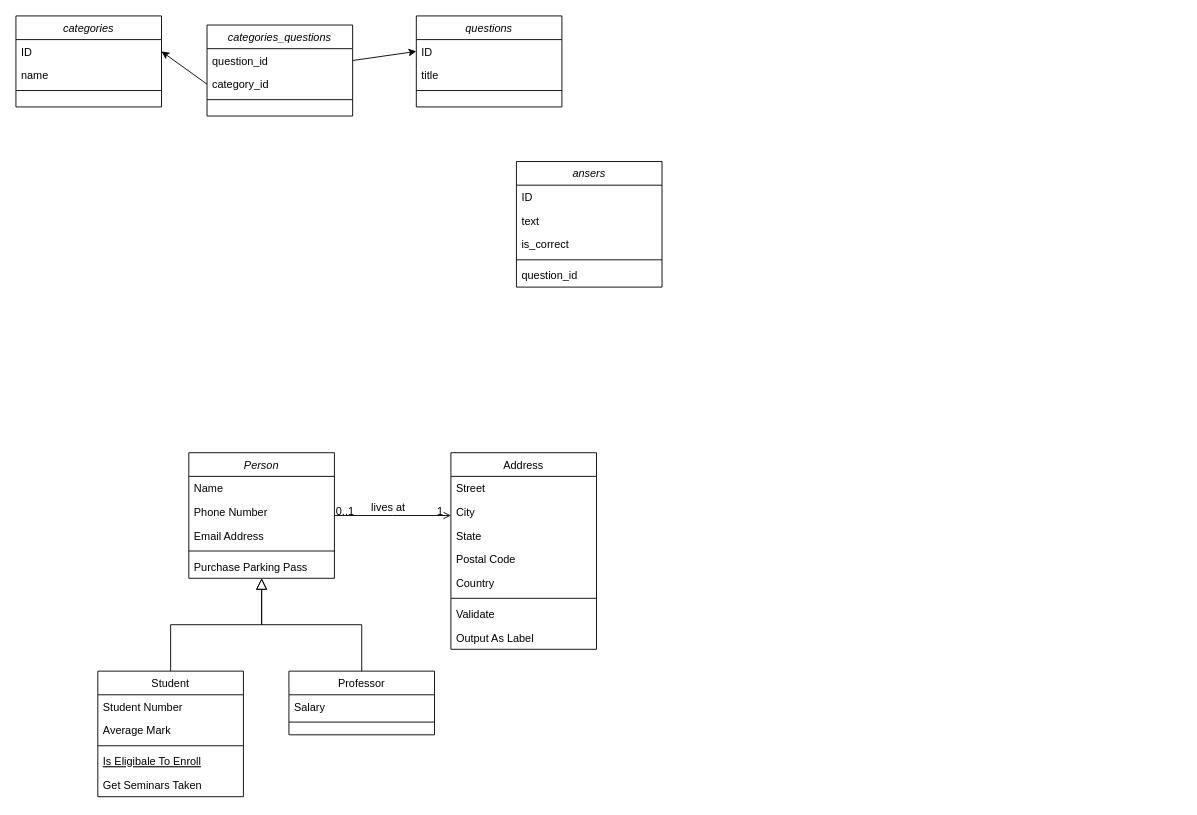
Above: Untitled Diagram.drawio in marina-bozic/s3-terraform (draw.io), before the change. Source tidied: cells renumbered, new cells numbered last; positions are measured from the earlier drawing's top-left corner, leaving out a move shared by most shapes. Both pictures are drawn from the tidied source at 91%, with x=0, y=0 at pixel (15, 15).
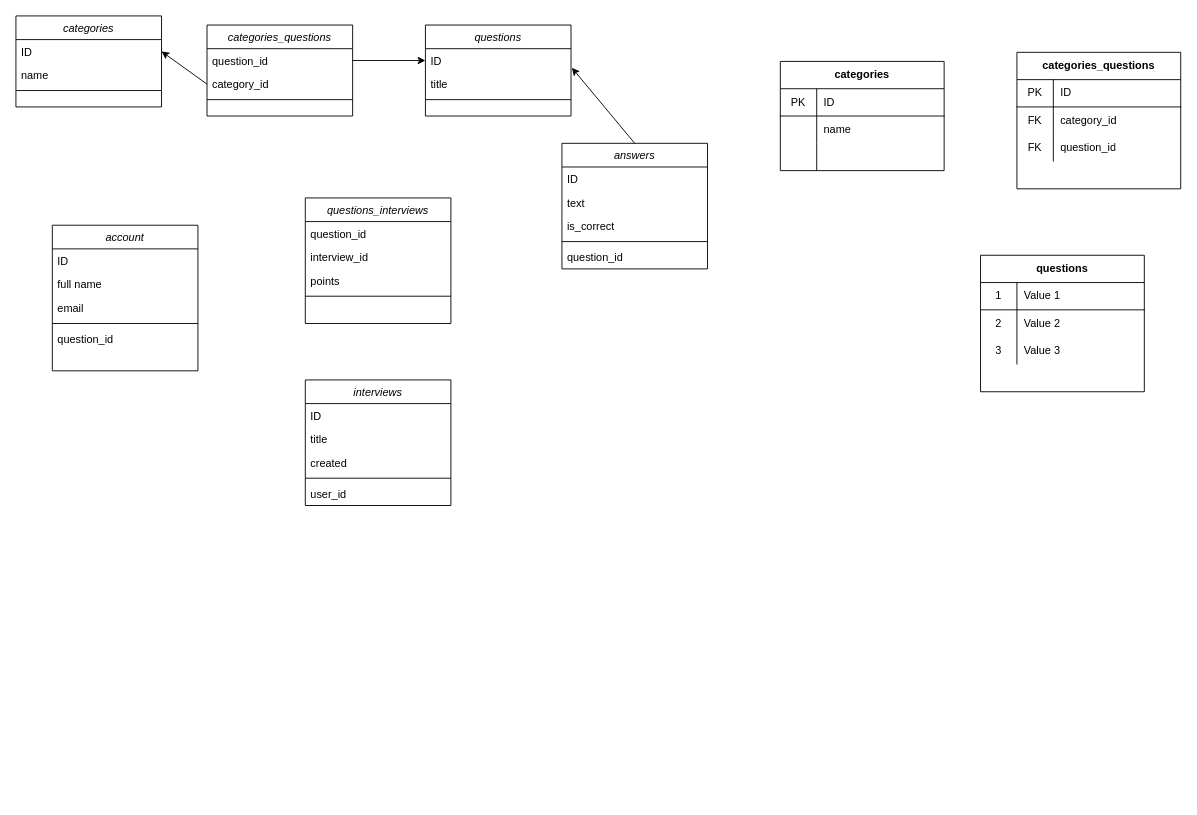
After the change.

The change refers to these unchanged cells:
```xml
<mxCell id="38" value="title" style="text;align=left;verticalAlign=top;spacingLeft=4;spacingRight=4;overflow=hidden;points=[[0,0.5],[1,0.5]];portConstraint=eastwest;rounded=0;shadow=0;html=0;" parent="36" vertex="1">
  <mxGeometry y="52" width="160" height="26" as="geometry" />
</mxCell>
```

Diff of the diagram source:
```diff
@@
-    <mxCell id="2" value="Person" style="swimlane;fontStyle=2;align=center;verticalAlign=top;horizontal=1;startSize=26;rounded=0;shadow=0;strokeWidth=1;" parent="1" vertex="1">
-      <mxGeometry x="190" y="480" width="160" height="138" as="geometry" />
-    </mxCell>
-    <mxCell id="3" value="Name" style="text;align=left;verticalAlign=top;spacingLeft=4;spacingRight=4;overflow=hidden;" parent="2" vertex="1">
-      <mxGeometry y="26" width="160" height="26" as="geometry" />
-    </mxCell>
-    <mxCell id="4" value="Phone Number" style="text;align=left;verticalAlign=top;spacingLeft=4;spacingRight=4;overflow=hidden;rounded=0;shadow=0;html=0;" parent="2" vertex="1">
-      <mxGeometry y="52" width="160" height="26" as="geometry" />
-    </mxCell>
-    <mxCell id="5" value="Email Address" style="text;align=left;verticalAlign=top;spacingLeft=4;spacingRight=4;overflow=hidden;rounded=0;shadow=0;html=0;" parent="2" vertex="1">
-      <mxGeometry y="78" width="160" height="26" as="geometry" />
-    </mxCell>
-    <mxCell id="6" style="line;html=1;strokeWidth=1;align=left;verticalAlign=middle;spacingTop=-1;spacingLeft=3;spacingRight=3;labelPosition=right;" parent="2" vertex="1">
-      <mxGeometry y="104" width="160" height="8" as="geometry" />
-    </mxCell>
-    <mxCell id="7" value="Purchase Parking Pass" style="text;align=left;verticalAlign=top;spacingLeft=4;spacingRight=4;overflow=hidden;" parent="2" vertex="1">
-      <mxGeometry y="112" width="160" height="26" as="geometry" />
-    </mxCell>
-    <mxCell id="8" value="Student" style="swimlane;fontStyle=0;align=center;verticalAlign=top;horizontal=1;startSize=26;rounded=0;shadow=0;strokeWidth=1;" parent="1" vertex="1">
-      <mxGeometry x="90" y="720" width="160" height="138" as="geometry" />
-    </mxCell>
-    <mxCell id="9" value="Student Number" style="text;align=left;verticalAlign=top;spacingLeft=4;spacingRight=4;overflow=hidden;" parent="8" vertex="1">
-      <mxGeometry y="26" width="160" height="26" as="geometry" />
-    </mxCell>
-    <mxCell id="10" value="Average Mark" style="text;align=left;verticalAlign=top;spacingLeft=4;spacingRight=4;overflow=hidden;rounded=0;shadow=0;html=0;" parent="8" vertex="1">
-      <mxGeometry y="52" width="160" height="26" as="geometry" />
-    </mxCell>
-    <mxCell id="11" style="line;html=1;strokeWidth=1;align=left;verticalAlign=middle;spacingTop=-1;spacingLeft=3;spacingRight=3;labelPosition=right;" parent="8" vertex="1">
-      <mxGeometry y="78" width="160" height="8" as="geometry" />
-    </mxCell>
-    <mxCell id="12" value="Is Eligibale To Enroll" style="text;align=left;verticalAlign=top;spacingLeft=4;spacingRight=4;overflow=hidden;fontStyle=4;" parent="8" vertex="1">
-      <mxGeometry y="86" width="160" height="26" as="geometry" />
-    </mxCell>
-    <mxCell id="13" value="Get Seminars Taken" style="text;align=left;verticalAlign=top;spacingLeft=4;spacingRight=4;overflow=hidden;" parent="8" vertex="1">
-      <mxGeometry y="112" width="160" height="26" as="geometry" />
-    </mxCell>
-    <mxCell id="14" style="endArrow=block;endSize=10;endFill=0;shadow=0;strokeWidth=1;rounded=0;edgeStyle=elbowEdgeStyle;elbow=vertical;" parent="1" edge="1" source="8" target="2">
-      <mxGeometry relative="1" as="geometry" />
-    </mxCell>
-    <mxCell id="15" value="Professor" style="swimlane;fontStyle=0;align=center;verticalAlign=top;horizontal=1;startSize=26;rounded=0;shadow=0;strokeWidth=1;" parent="1" vertex="1">
-      <mxGeometry x="300" y="720" width="160" height="70" as="geometry" />
-    </mxCell>
-    <mxCell id="16" value="Salary" style="text;align=left;verticalAlign=top;spacingLeft=4;spacingRight=4;overflow=hidden;" parent="15" vertex="1">
-      <mxGeometry y="26" width="160" height="26" as="geometry" />
-    </mxCell>
-    <mxCell id="17" style="line;html=1;strokeWidth=1;align=left;verticalAlign=middle;spacingTop=-1;spacingLeft=3;spacingRight=3;labelPosition=right;" parent="15" vertex="1">
-      <mxGeometry y="52" width="160" height="8" as="geometry" />
-    </mxCell>
-    <mxCell id="18" style="endArrow=block;endSize=10;endFill=0;shadow=0;strokeWidth=1;rounded=0;edgeStyle=elbowEdgeStyle;elbow=vertical;" parent="1" edge="1" source="15" target="2">
-      <mxGeometry relative="1" as="geometry" />
-    </mxCell>
-    <mxCell id="19" value="Address" style="swimlane;fontStyle=0;align=center;verticalAlign=top;horizontal=1;startSize=26;rounded=0;shadow=0;strokeWidth=1;" parent="1" vertex="1">
-      <mxGeometry x="478" y="480" width="160" height="216" as="geometry" />
-    </mxCell>
-    <mxCell id="20" value="Street" style="text;align=left;verticalAlign=top;spacingLeft=4;spacingRight=4;overflow=hidden;" parent="19" vertex="1">
-      <mxGeometry y="26" width="160" height="26" as="geometry" />
-    </mxCell>
-    <mxCell id="21" value="City" style="text;align=left;verticalAlign=top;spacingLeft=4;spacingRight=4;overflow=hidden;rounded=0;shadow=0;html=0;" parent="19" vertex="1">
-      <mxGeometry y="52" width="160" height="26" as="geometry" />
-    </mxCell>
-    <mxCell id="22" value="State" style="text;align=left;verticalAlign=top;spacingLeft=4;spacingRight=4;overflow=hidden;rounded=0;shadow=0;html=0;" parent="19" vertex="1">
-      <mxGeometry y="78" width="160" height="26" as="geometry" />
-    </mxCell>
-    <mxCell id="23" value="Postal Code" style="text;align=left;verticalAlign=top;spacingLeft=4;spacingRight=4;overflow=hidden;rounded=0;shadow=0;html=0;" parent="19" vertex="1">
-      <mxGeometry y="104" width="160" height="26" as="geometry" />
-    </mxCell>
-    <mxCell id="24" value="Country" style="text;align=left;verticalAlign=top;spacingLeft=4;spacingRight=4;overflow=hidden;rounded=0;shadow=0;html=0;" parent="19" vertex="1">
-      <mxGeometry y="130" width="160" height="26" as="geometry" />
-    </mxCell>
-    <mxCell id="25" style="line;html=1;strokeWidth=1;align=left;verticalAlign=middle;spacingTop=-1;spacingLeft=3;spacingRight=3;labelPosition=right;" parent="19" vertex="1">
-      <mxGeometry y="156" width="160" height="8" as="geometry" />
-    </mxCell>
-    <mxCell id="26" value="Validate" style="text;align=left;verticalAlign=top;spacingLeft=4;spacingRight=4;overflow=hidden;" parent="19" vertex="1">
-      <mxGeometry y="164" width="160" height="26" as="geometry" />
-    </mxCell>
-    <mxCell id="27" value="Output As Label" style="text;align=left;verticalAlign=top;spacingLeft=4;spacingRight=4;overflow=hidden;" parent="19" vertex="1">
-      <mxGeometry y="190" width="160" height="26" as="geometry" />
-    </mxCell>
-    <mxCell id="28" style="endArrow=open;shadow=0;strokeWidth=1;rounded=0;endFill=1;edgeStyle=elbowEdgeStyle;elbow=vertical;" parent="1" edge="1" source="2" target="19">
-      <mxGeometry x="0.5" y="41" relative="1" as="geometry">
-        <mxPoint x="-40" y="32" as="offset" />
-      </mxGeometry>
-    </mxCell>
-    <mxCell id="29" value="0..1" style="align=left;verticalAlign=bottom;labelBackgroundColor=none;fontSize=12;" parent="28" vertex="1">
-      <mxGeometry x="-1" relative="1" as="geometry">
-        <mxPoint y="4" as="offset" />
-      </mxGeometry>
-    </mxCell>
-    <mxCell id="30" value="1" style="align=right;verticalAlign=bottom;labelBackgroundColor=none;fontSize=12;" parent="28" vertex="1">
-      <mxGeometry x="1" relative="1" as="geometry">
-        <mxPoint x="-7" y="4" as="offset" />
-      </mxGeometry>
-    </mxCell>
-    <mxCell id="31" value="lives at" style="text;html=1;align=center;verticalAlign=middle;labelBackgroundColor=none;rounded=0;shadow=0;strokeWidth=1;fontSize=12;" parent="28" vertex="1">
-      <mxGeometry x="0.5" y="49" relative="1" as="geometry">
-        <mxPoint x="-38" y="40" as="offset" />
-      </mxGeometry>
-    </mxCell>
@@
     <mxCell id="36" value="questions" style="swimlane;fontStyle=2;align=center;verticalAlign=top;horizontal=1;startSize=26;rounded=0;shadow=0;strokeWidth=1;" parent="1" vertex="1">
-      <mxGeometry x="440" width="160" height="100" as="geometry" />
+      <mxGeometry x="450" y="10" width="160" height="100" as="geometry" />
     </mxCell>
@@
-    <mxCell id="46" value="ansers" style="swimlane;fontStyle=2;align=center;verticalAlign=top;horizontal=1;startSize=26;rounded=0;shadow=0;strokeWidth=1;" parent="1" vertex="1">
-      <mxGeometry x="550" y="160" width="160" height="138" as="geometry" />
+    <mxCell id="46" value="answers" style="swimlane;fontStyle=2;align=center;verticalAlign=top;horizontal=1;startSize=26;rounded=0;shadow=0;strokeWidth=1;" parent="1" vertex="1">
+      <mxGeometry x="600" y="140" width="160" height="138" as="geometry" />
     </mxCell>
@@
+    <mxCell id="52" style="endArrow=classic;html=1;exitX=0.5;exitY=0;exitDx=0;exitDy=0;entryX=1.006;entryY=-0.192;entryDx=0;entryDy=0;entryPerimeter=0;" parent="1" edge="1" source="46" target="38">
+      <mxGeometry relative="1" as="geometry" />
+    </mxCell>
+    <mxCell id="53" value="questions_interviews" style="swimlane;fontStyle=2;align=center;verticalAlign=top;horizontal=1;startSize=26;rounded=0;shadow=0;strokeWidth=1;" parent="1" vertex="1">
+      <mxGeometry x="318" y="200" width="160" height="138" as="geometry" />
+    </mxCell>
+    <mxCell id="54" value="question_id" style="text;align=left;verticalAlign=top;spacingLeft=4;spacingRight=4;overflow=hidden;" parent="53" vertex="1">
+      <mxGeometry y="26" width="160" height="26" as="geometry" />
+    </mxCell>
+    <mxCell id="55" value="interview_id" style="text;align=left;verticalAlign=top;spacingLeft=4;spacingRight=4;overflow=hidden;rounded=0;shadow=0;html=0;" parent="53" vertex="1">
+      <mxGeometry y="52" width="160" height="26" as="geometry" />
+    </mxCell>
+    <mxCell id="56" value="points" style="text;align=left;verticalAlign=top;spacingLeft=4;spacingRight=4;overflow=hidden;rounded=0;shadow=0;html=0;" parent="53" vertex="1">
+      <mxGeometry y="78" width="160" height="26" as="geometry" />
+    </mxCell>
+    <mxCell id="57" style="line;html=1;strokeWidth=1;align=left;verticalAlign=middle;spacingTop=-1;spacingLeft=3;spacingRight=3;labelPosition=right;" parent="53" vertex="1">
+      <mxGeometry y="104" width="160" height="8" as="geometry" />
+    </mxCell>
+    <mxCell id="58" value="interviews" style="swimlane;fontStyle=2;align=center;verticalAlign=top;horizontal=1;startSize=26;rounded=0;shadow=0;strokeWidth=1;" parent="1" vertex="1">
+      <mxGeometry x="318" y="400" width="160" height="138" as="geometry" />
+    </mxCell>
+    <mxCell id="59" value="ID" style="text;align=left;verticalAlign=top;spacingLeft=4;spacingRight=4;overflow=hidden;" parent="58" vertex="1">
+      <mxGeometry y="26" width="160" height="26" as="geometry" />
+    </mxCell>
+    <mxCell id="60" value="title" style="text;align=left;verticalAlign=top;spacingLeft=4;spacingRight=4;overflow=hidden;rounded=0;shadow=0;html=0;" parent="58" vertex="1">
+      <mxGeometry y="52" width="160" height="26" as="geometry" />
+    </mxCell>
+    <mxCell id="61" value="created" style="text;align=left;verticalAlign=top;spacingLeft=4;spacingRight=4;overflow=hidden;rounded=0;shadow=0;html=0;" parent="58" vertex="1">
+      <mxGeometry y="78" width="160" height="26" as="geometry" />
+    </mxCell>
+    <mxCell id="62" style="line;html=1;strokeWidth=1;align=left;verticalAlign=middle;spacingTop=-1;spacingLeft=3;spacingRight=3;labelPosition=right;" parent="58" vertex="1">
+      <mxGeometry y="104" width="160" height="8" as="geometry" />
+    </mxCell>
+    <mxCell id="63" value="user_id" style="text;align=left;verticalAlign=top;spacingLeft=4;spacingRight=4;overflow=hidden;" parent="58" vertex="1">
+      <mxGeometry y="112" width="160" height="26" as="geometry" />
+    </mxCell>
+    <mxCell id="64" value="account" style="swimlane;fontStyle=2;align=center;verticalAlign=top;horizontal=1;startSize=26;rounded=0;shadow=0;strokeWidth=1;" parent="1" vertex="1">
+      <mxGeometry x="40" y="230" width="160" height="160" as="geometry" />
+    </mxCell>
+    <mxCell id="65" value="ID" style="text;align=left;verticalAlign=top;spacingLeft=4;spacingRight=4;overflow=hidden;" parent="64" vertex="1">
+      <mxGeometry y="26" width="160" height="26" as="geometry" />
+    </mxCell>
+    <mxCell id="66" value="full name" style="text;align=left;verticalAlign=top;spacingLeft=4;spacingRight=4;overflow=hidden;rounded=0;shadow=0;html=0;" parent="64" vertex="1">
+      <mxGeometry y="52" width="160" height="26" as="geometry" />
+    </mxCell>
+    <mxCell id="67" value="email" style="text;align=left;verticalAlign=top;spacingLeft=4;spacingRight=4;overflow=hidden;rounded=0;shadow=0;html=0;" parent="64" vertex="1">
+      <mxGeometry y="78" width="160" height="26" as="geometry" />
+    </mxCell>
+    <mxCell id="68" style="line;html=1;strokeWidth=1;align=left;verticalAlign=middle;spacingTop=-1;spacingLeft=3;spacingRight=3;labelPosition=right;" parent="64" vertex="1">
+      <mxGeometry y="104" width="160" height="8" as="geometry" />
+    </mxCell>
+    <mxCell id="69" value="question_id" style="text;align=left;verticalAlign=top;spacingLeft=4;spacingRight=4;overflow=hidden;" parent="64" vertex="1">
+      <mxGeometry y="112" width="160" height="22" as="geometry" />
+    </mxCell>
+    <mxCell id="70" value="categories" style="shape=table;html=1;whiteSpace=wrap;startSize=30;childLayout=tableLayout;rowLines=0;fontStyle=1;align=center;" parent="1" vertex="1">
+      <mxGeometry x="840" y="50" width="180" height="120" as="geometry" />
+    </mxCell>
+    <mxCell id="71" style="shape=partialRectangle;html=1;whiteSpace=wrap;fillColor=none;top=0;left=0;bottom=1;right=0;" parent="70" vertex="1">
+      <mxGeometry y="30" width="180" height="30" as="geometry" />
+    </mxCell>
+    <mxCell id="72" value="PK" style="shape=partialRectangle;html=1;whiteSpace=wrap;fillColor=none;top=0;left=0;bottom=0;right=0;overflow=hidden;" parent="71" vertex="1">
+      <mxGeometry width="40" height="30" as="geometry" />
+    </mxCell>
+    <mxCell id="73" value="ID" style="shape=partialRectangle;html=1;whiteSpace=wrap;fillColor=none;top=0;left=0;bottom=0;right=0;align=left;spacingLeft=6;overflow=hidden;" parent="71" vertex="1">
+      <mxGeometry x="40" width="140" height="30" as="geometry" />
+    </mxCell>
+    <mxCell id="74" style="shape=partialRectangle;html=1;whiteSpace=wrap;fillColor=none;top=0;left=0;bottom=0;right=0;" parent="70" vertex="1">
+      <mxGeometry y="60" width="180" height="30" as="geometry" />
+    </mxCell>
+    <mxCell id="75" style="shape=partialRectangle;html=1;whiteSpace=wrap;fillColor=none;top=0;left=0;bottom=0;right=0;overflow=hidden;" parent="74" vertex="1">
+      <mxGeometry width="40" height="30" as="geometry" />
+    </mxCell>
+    <mxCell id="76" value="name" style="shape=partialRectangle;html=1;whiteSpace=wrap;fillColor=none;top=0;left=0;bottom=0;right=0;align=left;spacingLeft=6;overflow=hidden;" parent="74" vertex="1">
+      <mxGeometry x="40" width="140" height="30" as="geometry" />
+    </mxCell>
+    <mxCell id="77" style="shape=partialRectangle;html=1;whiteSpace=wrap;fillColor=none;top=0;left=0;bottom=0;right=0;" parent="70" vertex="1">
+      <mxGeometry y="90" width="180" height="30" as="geometry" />
+    </mxCell>
+    <mxCell id="78" style="shape=partialRectangle;html=1;whiteSpace=wrap;fillColor=none;top=0;left=0;bottom=0;right=0;overflow=hidden;" parent="77" vertex="1">
+      <mxGeometry width="40" height="30" as="geometry" />
+    </mxCell>
+    <mxCell id="79" style="shape=partialRectangle;html=1;whiteSpace=wrap;fillColor=none;top=0;left=0;bottom=0;right=0;align=left;spacingLeft=6;overflow=hidden;" parent="77" vertex="1">
+      <mxGeometry x="40" width="140" height="30" as="geometry" />
+    </mxCell>
+    <mxCell id="80" value="categories_questions" style="shape=table;html=1;whiteSpace=wrap;startSize=30;childLayout=tableLayout;rowLines=0;fontStyle=1;align=center;" parent="1" vertex="1">
+      <mxGeometry x="1100" y="40" width="180" height="150" as="geometry" />
+    </mxCell>
+    <mxCell id="81" style="shape=partialRectangle;html=1;whiteSpace=wrap;fillColor=none;top=0;left=0;bottom=1;right=0;" parent="80" vertex="1">
+      <mxGeometry y="30" width="180" height="30" as="geometry" />
+    </mxCell>
+    <mxCell id="82" value="PK" style="shape=partialRectangle;html=1;whiteSpace=wrap;fillColor=none;top=0;left=0;bottom=0;right=0;overflow=hidden;" parent="81" vertex="1">
+      <mxGeometry width="40" height="30" as="geometry" />
+    </mxCell>
+    <mxCell id="83" value="ID" style="shape=partialRectangle;html=1;whiteSpace=wrap;fillColor=none;top=0;left=0;bottom=0;right=0;align=left;spacingLeft=6;overflow=hidden;" parent="81" vertex="1">
+      <mxGeometry x="40" width="140" height="30" as="geometry" />
+    </mxCell>
+    <mxCell id="84" style="shape=partialRectangle;html=1;whiteSpace=wrap;fillColor=none;top=0;left=0;bottom=0;right=0;" parent="80" vertex="1">
+      <mxGeometry y="60" width="180" height="30" as="geometry" />
+    </mxCell>
+    <mxCell id="85" value="FK" style="shape=partialRectangle;html=1;whiteSpace=wrap;fillColor=none;top=0;left=0;bottom=0;right=0;overflow=hidden;" parent="84" vertex="1">
+      <mxGeometry width="40" height="30" as="geometry" />
+    </mxCell>
+    <mxCell id="86" value="category_id" style="shape=partialRectangle;html=1;whiteSpace=wrap;fillColor=none;top=0;left=0;bottom=0;right=0;align=left;spacingLeft=6;overflow=hidden;" parent="84" vertex="1">
+      <mxGeometry x="40" width="140" height="30" as="geometry" />
+    </mxCell>
+    <mxCell id="87" style="shape=partialRectangle;html=1;whiteSpace=wrap;fillColor=none;top=0;left=0;bottom=0;right=0;" parent="80" vertex="1">
+      <mxGeometry y="90" width="180" height="30" as="geometry" />
+    </mxCell>
+    <mxCell id="88" value="FK" style="shape=partialRectangle;html=1;whiteSpace=wrap;fillColor=none;top=0;left=0;bottom=0;right=0;overflow=hidden;" parent="87" vertex="1">
+      <mxGeometry width="40" height="30" as="geometry" />
+    </mxCell>
+    <mxCell id="89" value="question_id" style="shape=partialRectangle;html=1;whiteSpace=wrap;fillColor=none;top=0;left=0;bottom=0;right=0;align=left;spacingLeft=6;overflow=hidden;" parent="87" vertex="1">
+      <mxGeometry x="40" width="140" height="30" as="geometry" />
+    </mxCell>
+    <mxCell id="90" value="questions" style="shape=table;html=1;whiteSpace=wrap;startSize=30;childLayout=tableLayout;rowLines=0;fontStyle=1;align=center;" parent="1" vertex="1">
+      <mxGeometry x="1060" y="263" width="180" height="150" as="geometry" />
+    </mxCell>
+    <mxCell id="91" style="shape=partialRectangle;html=1;whiteSpace=wrap;fillColor=none;top=0;left=0;bottom=1;right=0;" parent="90" vertex="1">
+      <mxGeometry y="30" width="180" height="30" as="geometry" />
+    </mxCell>
+    <mxCell id="30" value="1" style="shape=partialRectangle;html=1;whiteSpace=wrap;fillColor=none;top=0;left=0;bottom=0;right=0;overflow=hidden;" parent="91" vertex="1">
+      <mxGeometry width="40" height="30" as="geometry" />
+    </mxCell>
+    <mxCell id="92" value="Value 1" style="shape=partialRectangle;html=1;whiteSpace=wrap;fillColor=none;top=0;left=0;bottom=0;right=0;align=left;spacingLeft=6;overflow=hidden;" parent="91" vertex="1">
+      <mxGeometry x="40" width="140" height="30" as="geometry" />
+    </mxCell>
+    <mxCell id="93" style="shape=partialRectangle;html=1;whiteSpace=wrap;fillColor=none;top=0;left=0;bottom=0;right=0;" parent="90" vertex="1">
+      <mxGeometry y="60" width="180" height="30" as="geometry" />
+    </mxCell>
+    <mxCell id="94" value="2" style="shape=partialRectangle;html=1;whiteSpace=wrap;fillColor=none;top=0;left=0;bottom=0;right=0;overflow=hidden;" parent="93" vertex="1">
+      <mxGeometry width="40" height="30" as="geometry" />
+    </mxCell>
+    <mxCell id="95" value="Value 2" style="shape=partialRectangle;html=1;whiteSpace=wrap;fillColor=none;top=0;left=0;bottom=0;right=0;align=left;spacingLeft=6;overflow=hidden;" parent="93" vertex="1">
+      <mxGeometry x="40" width="140" height="30" as="geometry" />
+    </mxCell>
+    <mxCell id="96" style="shape=partialRectangle;html=1;whiteSpace=wrap;fillColor=none;top=0;left=0;bottom=0;right=0;" parent="90" vertex="1">
+      <mxGeometry y="90" width="180" height="30" as="geometry" />
+    </mxCell>
+    <mxCell id="97" value="3" style="shape=partialRectangle;html=1;whiteSpace=wrap;fillColor=none;top=0;left=0;bottom=0;right=0;overflow=hidden;" parent="96" vertex="1">
+      <mxGeometry width="40" height="30" as="geometry" />
+    </mxCell>
+    <mxCell id="98" value="Value 3" style="shape=partialRectangle;html=1;whiteSpace=wrap;fillColor=none;top=0;left=0;bottom=0;right=0;align=left;spacingLeft=6;overflow=hidden;" parent="96" vertex="1">
+      <mxGeometry x="40" width="140" height="30" as="geometry" />
+    </mxCell>
```
